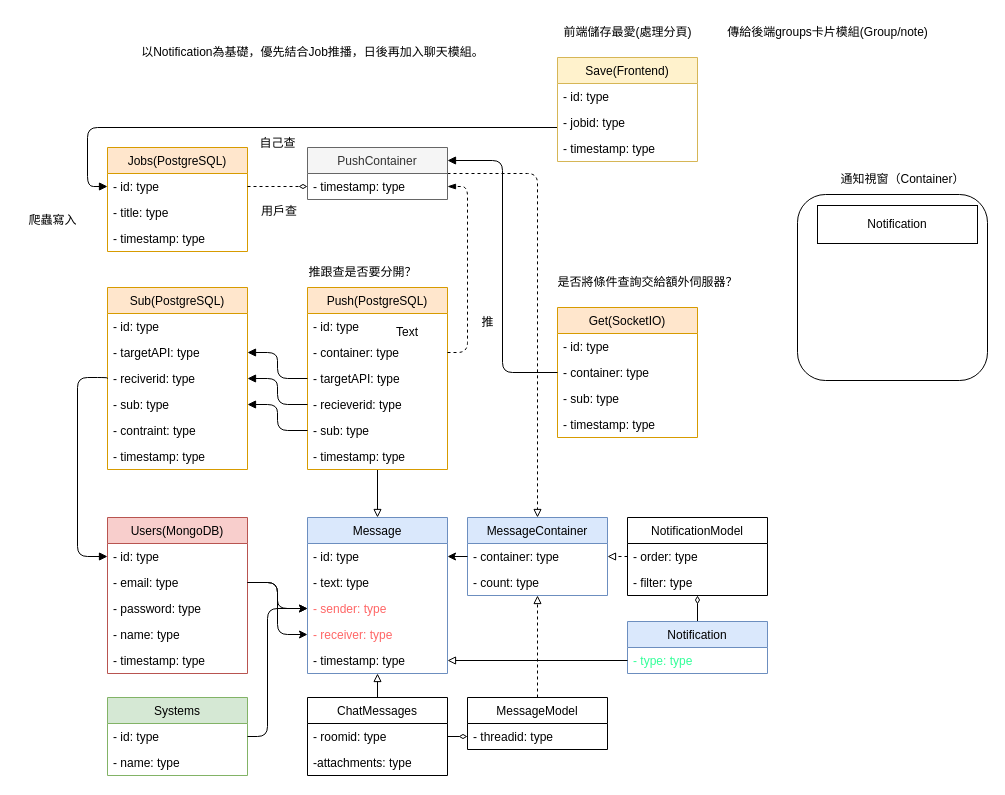
The draw.io diagram erd.drawio in YiHsinTseng/NotificationSystem, before the edit. Source tidied: cells renumbered, new cells numbered last; positions are measured from the earlier drawing's top-left corner, leaving out a move shared by most shapes. Both pictures are drawn from the tidied source at 100%, with x=0, y=0 at pixel (17, 17).
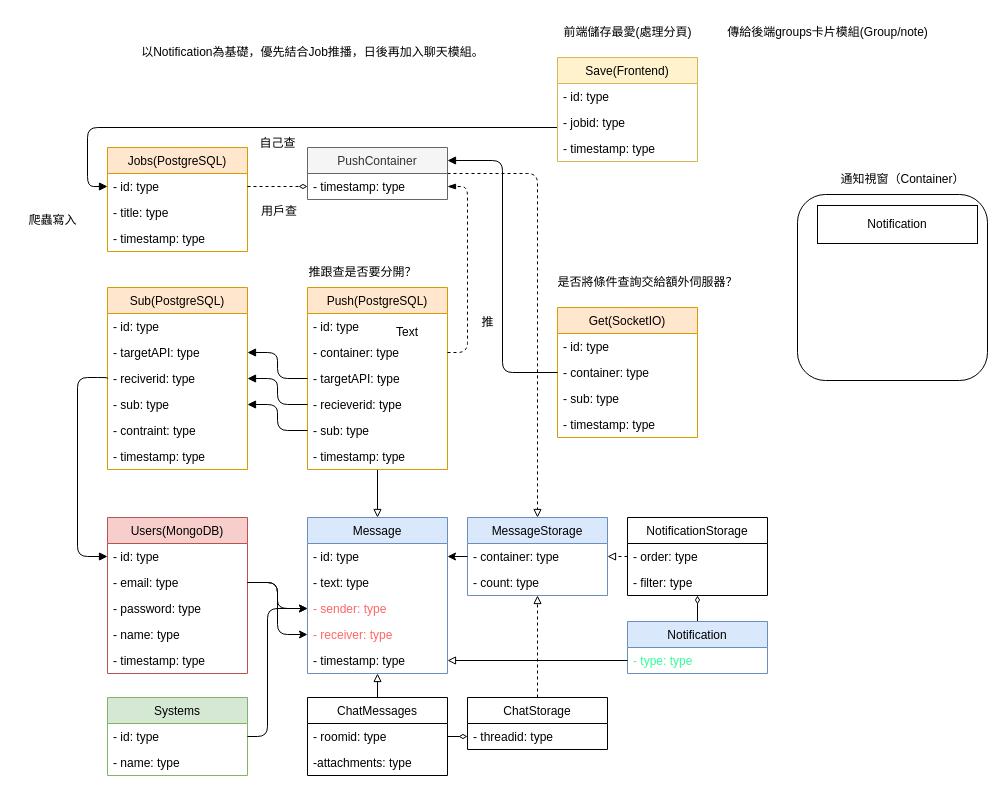
After the change.

Change to the diagram source:
```diff
@@
-    <mxCell id="8" value="NotificationModel" style="swimlane;fontStyle=0;horizontal=1;startSize=26;fillColor=none;" parent="1" vertex="1">
+    <mxCell id="8" value="NotificationStorage" style="swimlane;fontStyle=0;horizontal=1;startSize=26;fillColor=none;" parent="1" vertex="1">
       <mxGeometry x="610" y="500" width="140" height="78" as="geometry" />
     </mxCell>
@@
-    <mxCell id="32" value="MessageContainer" style="swimlane;fontStyle=0;horizontal=1;startSize=26;fillColor=#dae8fc;strokeColor=#6c8ebf;" parent="1" vertex="1">
+    <mxCell id="32" value="MessageStorage" style="swimlane;fontStyle=0;horizontal=1;startSize=26;fillColor=#dae8fc;strokeColor=#6c8ebf;" parent="1" vertex="1">
       <mxGeometry x="450" y="500" width="140" height="78" as="geometry" />
     </mxCell>
@@
-    <mxCell id="38" value="MessageModel" style="swimlane;fontStyle=0;horizontal=1;startSize=26;fillColor=none;" parent="1" vertex="1">
+    <mxCell id="38" value="ChatStorage" style="swimlane;fontStyle=0;horizontal=1;startSize=26;fillColor=none;" parent="1" vertex="1">
       <mxGeometry x="450" y="680" width="140" height="52" as="geometry" />
     </mxCell>
```
